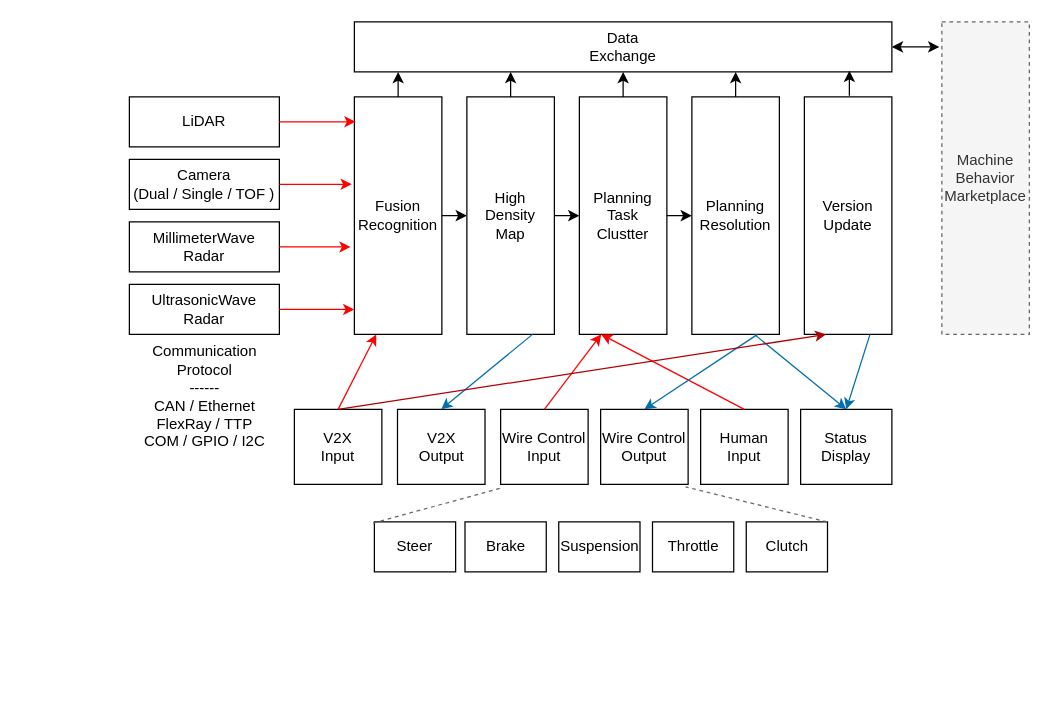
Before: media/dooyo_idea_rpp_1.drawio in df595149790/df595149790.github.io, a draw.io diagram. Source tidied: cells renumbered, new cells numbered last; positions are measured from the earlier drawing's top-left corner, leaving out a move shared by most shapes. Both pictures are drawn from the tidied source at 125%, with x=0, y=0 at pixel (121, 21).
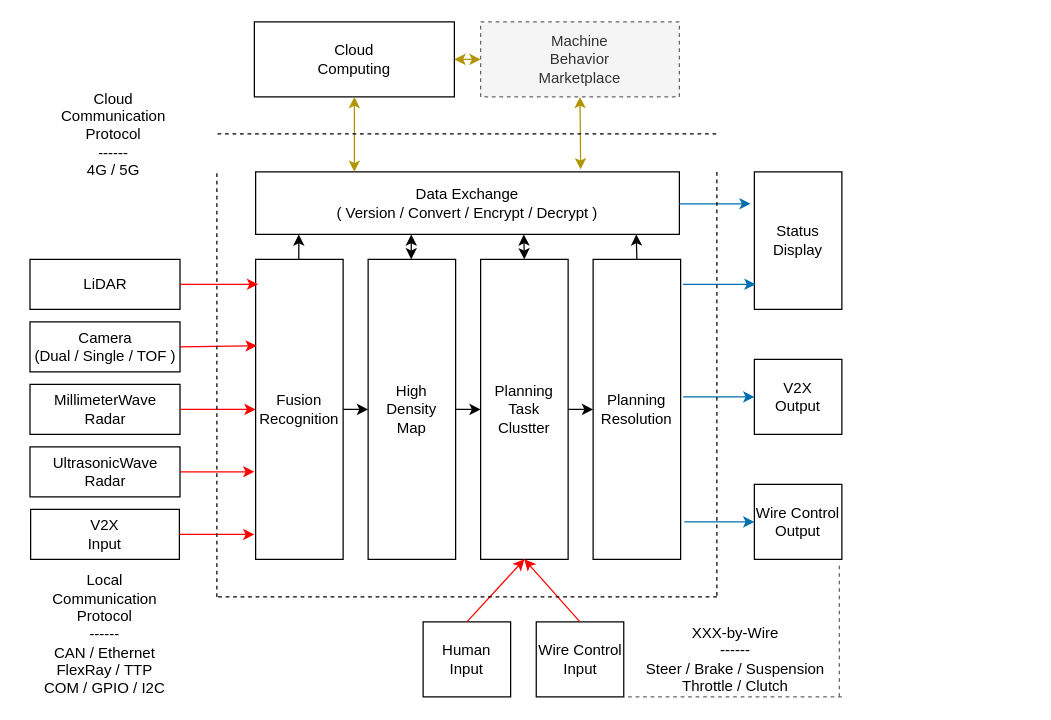
Above is the later version.

What changed in the source:
```diff
@@
     <mxCell id="2" value="Machine&lt;br&gt;Behavior&lt;br&gt;Marketplace&lt;br&gt;" style="rounded=0;whiteSpace=wrap;html=1;dashed=1;fillColor=#f5f5f5;strokeColor=#666666;fontColor=#333333;" parent="1" vertex="1">
-      <mxGeometry x="656" width="70" height="250" as="geometry" />
+      <mxGeometry x="287" width="159" height="60" as="geometry" />
     </mxCell>
     <mxCell id="3" value="LiDAR" style="rounded=0;whiteSpace=wrap;html=1;" parent="1" vertex="1">
-      <mxGeometry x="6" y="60" width="120" height="40" as="geometry" />
+      <mxGeometry x="-73.5" y="190" width="120" height="40" as="geometry" />
     </mxCell>
     <mxCell id="4" value="Camera&lt;br&gt;(Dual / Single / TOF )&lt;br&gt;" style="rounded=0;whiteSpace=wrap;html=1;" parent="1" vertex="1">
-      <mxGeometry x="6" y="110" width="120" height="40" as="geometry" />
+      <mxGeometry x="-73.5" y="240" width="120" height="40" as="geometry" />
     </mxCell>
     <mxCell id="5" value="MillimeterWave&lt;br&gt;Radar&lt;br&gt;" style="rounded=0;whiteSpace=wrap;html=1;" parent="1" vertex="1">
-      <mxGeometry x="6" y="160" width="120" height="40" as="geometry" />
+      <mxGeometry x="-73.5" y="290" width="120" height="40" as="geometry" />
     </mxCell>
     <mxCell id="6" value="UltrasonicWave&lt;br&gt;Radar&lt;br&gt;" style="rounded=0;whiteSpace=wrap;html=1;" parent="1" vertex="1">
-      <mxGeometry x="6" y="210" width="120" height="40" as="geometry" />
+      <mxGeometry x="-73.5" y="340" width="120" height="40" as="geometry" />
     </mxCell>
     <mxCell id="7" value="Fusion&lt;br&gt;Recognition&lt;br&gt;" style="rounded=0;whiteSpace=wrap;html=1;shadow=0;fillColor=none;" parent="1" vertex="1">
-      <mxGeometry x="186" y="60" width="70" height="190" as="geometry" />
+      <mxGeometry x="107" y="190" width="70" height="240" as="geometry" />
     </mxCell>
-    <mxCell id="8" value="Communication&lt;br&gt;Protocol&lt;br&gt;------&lt;br&gt;CAN /&amp;nbsp;E&lt;span&gt;thernet&lt;br&gt;F&lt;/span&gt;&lt;span&gt;lexRay /&amp;nbsp;TTP&lt;br&gt;COM / GPIO / I2C&lt;br&gt;&lt;/span&gt;" style="text;html=1;strokeColor=none;fillColor=none;align=center;verticalAlign=middle;whiteSpace=wrap;rounded=0;shadow=0;" parent="1" vertex="1">
-      <mxGeometry x="-0.5" y="290" width="133" height="20" as="geometry" />
+    <mxCell id="8" value="Local&lt;br&gt;Communication&lt;br&gt;Protocol&lt;br&gt;------&lt;br&gt;CAN /&amp;nbsp;E&lt;span&gt;thernet&lt;br&gt;F&lt;/span&gt;&lt;span&gt;lexRay /&amp;nbsp;TTP&lt;br&gt;COM / GPIO / I2C&lt;br&gt;&lt;/span&gt;" style="text;html=1;strokeColor=none;fillColor=none;align=center;verticalAlign=middle;whiteSpace=wrap;rounded=0;shadow=0;" parent="1" vertex="1">
+      <mxGeometry x="-80" y="480" width="133" height="20" as="geometry" />
     </mxCell>
     <mxCell id="9" value="High &lt;br&gt;Density &lt;br&gt;Map" style="rounded=0;whiteSpace=wrap;html=1;shadow=0;fillColor=none;" parent="1" vertex="1">
-      <mxGeometry x="276" y="60" width="70" height="190" as="geometry" />
+      <mxGeometry x="197" y="190" width="70" height="240" as="geometry" />
     </mxCell>
     <mxCell id="10" value="Wire&amp;nbsp;Control&lt;br&gt;Input&lt;br&gt;" style="rounded=0;whiteSpace=wrap;html=1;" parent="1" vertex="1">
-      <mxGeometry x="303" y="310" width="70" height="60" as="geometry" />
+      <mxGeometry x="331.5" y="480" width="70" height="60" as="geometry" />
     </mxCell>
     <mxCell id="11" value="V2X&lt;br&gt;Input&lt;br&gt;" style="rounded=0;whiteSpace=wrap;html=1;shadow=0;fillColor=none;" parent="1" vertex="1">
-      <mxGeometry x="138" y="310" width="70" height="60" as="geometry" />
+      <mxGeometry x="-73" y="390" width="119" height="40" as="geometry" />
     </mxCell>
-    <mxCell id="12" value="V2X&lt;br&gt;Output&lt;br&gt;" style="rounded=0;whiteSpace=wrap;html=1;shadow=0;fillColor=none;" parent="1" vertex="1">
-      <mxGeometry x="220.5" y="310" width="70" height="60" as="geometry" />
-    </mxCell>
     <mxCell id="13" value="Status&lt;br&gt;Display&lt;br&gt;" style="rounded=0;whiteSpace=wrap;html=1;shadow=0;fillColor=none;" parent="1" vertex="1">
-      <mxGeometry x="543" y="310" width="73" height="60" as="geometry" />
+      <mxGeometry x="506" y="120" width="70" height="110" as="geometry" />
     </mxCell>
     <mxCell id="14" value="Planning&lt;br&gt;Resolution" style="rounded=0;whiteSpace=wrap;html=1;shadow=0;fillColor=none;" parent="1" vertex="1">
-      <mxGeometry x="456" y="60" width="70" height="190" as="geometry" />
+      <mxGeometry x="377" y="190" width="70" height="240" as="geometry" />
     </mxCell>
     <mxCell id="15" value="Planning&lt;br&gt;Task&lt;br&gt;Clustter&lt;br&gt;" style="rounded=0;whiteSpace=wrap;html=1;shadow=0;fillColor=none;" parent="1" vertex="1">
-      <mxGeometry x="366" y="60" width="70" height="190" as="geometry" />
+      <mxGeometry x="287" y="190" width="70" height="240" as="geometry" />
     </mxCell>
@@
-    <mxCell id="19" style="endArrow=classic;startArrow=classic;html=1;exitX=1;exitY=0.5;exitDx=0;exitDy=0;entryX=-0.029;entryY=0.08;entryDx=0;entryDy=0;entryPerimeter=0;" parent="1" edge="1" source="20" target="2">
+    <mxCell id="19" style="endArrow=classic;startArrow=classic;html=1;exitX=1;exitY=0.5;exitDx=0;exitDy=0;entryX=0;entryY=0.5;entryDx=0;entryDy=0;fillColor=#e3c800;strokeColor=#B09500;" parent="1" edge="1" source="48" target="2">
       <mxGeometry relative="1" as="geometry" />
     </mxCell>
-    <mxCell id="20" value="Data&lt;br&gt;Exchange&lt;br&gt;" style="rounded=0;whiteSpace=wrap;html=1;shadow=0;fillColor=none;" parent="1" vertex="1">
-      <mxGeometry x="186" width="430" height="40" as="geometry" />
+    <mxCell id="20" value="Data Exchange&lt;br&gt;( Version / Convert / Encrypt / Decrypt )&lt;br&gt;" style="rounded=0;whiteSpace=wrap;html=1;shadow=0;fillColor=none;" parent="1" vertex="1">
+      <mxGeometry x="107" y="120" width="339" height="50" as="geometry" />
     </mxCell>
     <mxCell id="21" style="endArrow=classic;html=1;" parent="1" edge="1" source="7">
       <mxGeometry relative="1" as="geometry">
-        <mxPoint x="221" y="40" as="targetPoint" />
+        <mxPoint x="141.5" y="170" as="targetPoint" />
       </mxGeometry>
     </mxCell>
-    <mxCell id="22" style="endArrow=classic;html=1;exitX=0.5;exitY=0;exitDx=0;exitDy=0;" parent="1" edge="1" source="15">
+    <mxCell id="22" style="endArrow=classic;html=1;exitX=0.5;exitY=0;exitDx=0;exitDy=0;startArrow=classic;startFill=1;" parent="1" edge="1" source="15">
       <mxGeometry relative="1" as="geometry">
-        <mxPoint x="401" y="40" as="targetPoint" />
+        <mxPoint x="321.5" y="170" as="targetPoint" />
       </mxGeometry>
     </mxCell>
     <mxCell id="23" style="endArrow=classic;html=1;exitX=0.5;exitY=0;exitDx=0;exitDy=0;" parent="1" edge="1" source="14">
       <mxGeometry relative="1" as="geometry">
-        <mxPoint x="491" y="40" as="targetPoint" />
+        <mxPoint x="411.5" y="170" as="targetPoint" />
       </mxGeometry>
     </mxCell>
-    <mxCell id="24" style="endArrow=classic;html=1;" parent="1" edge="1">
+    <mxCell id="24" style="endArrow=classic;html=1;startArrow=classic;startFill=1;" parent="1" edge="1">
       <mxGeometry relative="1" as="geometry">
-        <mxPoint x="311" y="60" as="sourcePoint" />
-        <mxPoint x="311" y="40" as="targetPoint" />
+        <mxPoint x="231.5" y="190" as="sourcePoint" />
+        <mxPoint x="231.5" y="170" as="targetPoint" />
       </mxGeometry>
     </mxCell>
-    <mxCell id="25" value="Steer&lt;br&gt;" style="rounded=0;whiteSpace=wrap;html=1;" parent="1" vertex="1">
-      <mxGeometry x="202" y="400" width="65" height="40" as="geometry" />
-    </mxCell>
-    <mxCell id="26" value="Brake&lt;br&gt;" style="rounded=0;whiteSpace=wrap;html=1;" parent="1" vertex="1">
-      <mxGeometry x="274.5" y="400" width="65" height="40" as="geometry" />
-    </mxCell>
-    <mxCell id="27" value="Suspension&lt;br&gt;" style="rounded=0;whiteSpace=wrap;html=1;" parent="1" vertex="1">
-      <mxGeometry x="349.5" y="400" width="65" height="40" as="geometry" />
-    </mxCell>
-    <mxCell id="28" value="Throttle&lt;br&gt;" style="rounded=0;whiteSpace=wrap;html=1;" parent="1" vertex="1">
-      <mxGeometry x="424.5" y="400" width="65" height="40" as="geometry" />
-    </mxCell>
-    <mxCell id="29" value="Clutch&lt;br&gt;" style="rounded=0;whiteSpace=wrap;html=1;" parent="1" vertex="1">
-      <mxGeometry x="499.5" y="400" width="65" height="40" as="geometry" />
-    </mxCell>
     <mxCell id="30" value="Wire&amp;nbsp;Control&lt;br&gt;Output&lt;br&gt;" style="rounded=0;whiteSpace=wrap;html=1;" parent="1" vertex="1">
-      <mxGeometry x="383" y="310" width="70" height="60" as="geometry" />
+      <mxGeometry x="506" y="370" width="70" height="60" as="geometry" />
     </mxCell>
     <mxCell id="31" value="Human&lt;br&gt;Input&lt;br&gt;" style="rounded=0;whiteSpace=wrap;html=1;shadow=0;fillColor=none;" parent="1" vertex="1">
-      <mxGeometry x="463" y="310" width="70" height="60" as="geometry" />
+      <mxGeometry x="241" y="480" width="70" height="60" as="geometry" />
     </mxCell>
-    <mxCell id="32" value="Version&lt;br&gt;Update&lt;br&gt;" style="rounded=0;whiteSpace=wrap;html=1;shadow=0;fillColor=none;" parent="1" vertex="1">
-      <mxGeometry x="546" y="60" width="70" height="190" as="geometry" />
-    </mxCell>
-    <mxCell id="33" style="endArrow=classic;html=1;exitX=1;exitY=0.5;exitDx=0;exitDy=0;entryX=0.014;entryY=0.105;entryDx=0;entryDy=0;entryPerimeter=0;strokeColor=#FF0000;" parent="1" edge="1" source="3" target="7">
+    <mxCell id="33" style="endArrow=classic;html=1;exitX=1;exitY=0.5;exitDx=0;exitDy=0;entryX=0.029;entryY=0.083;entryDx=0;entryDy=0;entryPerimeter=0;strokeColor=#FF0000;" parent="1" edge="1" source="3" target="7">
       <mxGeometry relative="1" as="geometry" />
     </mxCell>
-    <mxCell id="34" style="endArrow=classic;html=1;exitX=1;exitY=0.5;exitDx=0;exitDy=0;entryX=-0.029;entryY=0.368;entryDx=0;entryDy=0;entryPerimeter=0;strokeWidth=1;strokeColor=#FF0000;" parent="1" edge="1" source="4" target="7">
+    <mxCell id="34" style="endArrow=classic;html=1;exitX=1;exitY=0.5;exitDx=0;exitDy=0;entryX=0.014;entryY=0.288;entryDx=0;entryDy=0;entryPerimeter=0;strokeWidth=1;strokeColor=#FF0000;" parent="1" edge="1" source="4" target="7">
       <mxGeometry relative="1" as="geometry" />
     </mxCell>
-    <mxCell id="35" style="endArrow=classic;html=1;exitX=1;exitY=0.5;exitDx=0;exitDy=0;entryX=-0.043;entryY=0.632;entryDx=0;entryDy=0;entryPerimeter=0;strokeColor=#FF0000;" parent="1" edge="1" source="5" target="7">
+    <mxCell id="35" style="endArrow=classic;html=1;exitX=1;exitY=0.5;exitDx=0;exitDy=0;entryX=0;entryY=0.5;entryDx=0;entryDy=0;strokeColor=#FF0000;" parent="1" edge="1" source="5" target="7">
       <mxGeometry relative="1" as="geometry" />
     </mxCell>
-    <mxCell id="36" style="endArrow=classic;html=1;exitX=1;exitY=0.5;exitDx=0;exitDy=0;entryX=0;entryY=0.895;entryDx=0;entryDy=0;entryPerimeter=0;strokeColor=#FF0000;" parent="1" edge="1" source="6" target="7">
+    <mxCell id="36" style="endArrow=classic;html=1;exitX=1;exitY=0.5;exitDx=0;exitDy=0;entryX=-0.014;entryY=0.708;entryDx=0;entryDy=0;entryPerimeter=0;strokeColor=#FF0000;" parent="1" edge="1" source="6" target="7">
       <mxGeometry relative="1" as="geometry" />
     </mxCell>
-    <mxCell id="37" style="endArrow=classic;html=1;strokeColor=#FF0000;strokeWidth=1;entryX=0.25;entryY=1;entryDx=0;entryDy=0;exitX=0.5;exitY=0;exitDx=0;exitDy=0;" parent="1" edge="1" source="11" target="7">
+    <mxCell id="37" style="endArrow=classic;html=1;strokeColor=#FF0000;strokeWidth=1;entryX=-0.014;entryY=0.917;entryDx=0;entryDy=0;exitX=1;exitY=0.5;exitDx=0;exitDy=0;entryPerimeter=0;" parent="1" edge="1" source="11" target="7">
       <mxGeometry relative="1" as="geometry" />
     </mxCell>
-    <mxCell id="38" style="endArrow=classic;html=1;strokeColor=#FF0000;strokeWidth=1;entryX=0.25;entryY=1;entryDx=0;entryDy=0;exitX=0.5;exitY=0;exitDx=0;exitDy=0;" parent="1" edge="1" source="10" target="15">
+    <mxCell id="38" style="endArrow=classic;html=1;strokeColor=#FF0000;strokeWidth=1;entryX=0.5;entryY=1;entryDx=0;entryDy=0;exitX=0.5;exitY=0;exitDx=0;exitDy=0;" parent="1" edge="1" source="10" target="15">
       <mxGeometry relative="1" as="geometry" />
     </mxCell>
-    <mxCell id="39" style="endArrow=classic;html=1;strokeColor=#FF0000;strokeWidth=1;entryX=0.25;entryY=1;entryDx=0;entryDy=0;exitX=0.5;exitY=0;exitDx=0;exitDy=0;" parent="1" edge="1" source="31" target="15">
+    <mxCell id="39" style="endArrow=classic;html=1;strokeColor=#FF0000;strokeWidth=1;entryX=0.5;entryY=1;entryDx=0;entryDy=0;exitX=0.5;exitY=0;exitDx=0;exitDy=0;" parent="1" edge="1" source="31" target="15">
       <mxGeometry relative="1" as="geometry" />
     </mxCell>
-    <mxCell id="40" style="endArrow=classic;html=1;strokeColor=#006EAF;strokeWidth=1;fillColor=#1ba1e2;exitX=0.75;exitY=1;exitDx=0;exitDy=0;entryX=0.5;entryY=0;entryDx=0;entryDy=0;" parent="1" edge="1" source="9" target="12">
-      <mxGeometry relative="1" as="geometry" />
-    </mxCell>
-    <mxCell id="41" style="endArrow=classic;html=1;strokeColor=#006EAF;strokeWidth=1;fillColor=#1ba1e2;exitX=0.75;exitY=1;exitDx=0;exitDy=0;entryX=0.5;entryY=0;entryDx=0;entryDy=0;" parent="1" edge="1" source="14" target="30">
+    <mxCell id="41" style="endArrow=classic;html=1;strokeColor=#006EAF;strokeWidth=1;fillColor=#1ba1e2;entryX=0;entryY=0.5;entryDx=0;entryDy=0;exitX=1.043;exitY=0.875;exitDx=0;exitDy=0;exitPerimeter=0;" parent="1" edge="1" source="14" target="30">
       <mxGeometry relative="1" as="geometry" />
     </mxCell>
-    <mxCell id="42" style="endArrow=none;dashed=1;html=1;strokeColor=#666666;strokeWidth=1;entryX=0;entryY=1.05;entryDx=0;entryDy=0;entryPerimeter=0;exitX=-0.015;exitY=0.025;exitDx=0;exitDy=0;exitPerimeter=0;gradientColor=#b3b3b3;fillColor=#f5f5f5;" parent="1" edge="1" source="25" target="10">
-      <mxGeometry relative="1" as="geometry" />
+    <mxCell id="42" style="endArrow=none;dashed=1;html=1;strokeColor=#666666;strokeWidth=1;entryX=1;entryY=1;entryDx=0;entryDy=0;entryPerimeter=0;gradientColor=#b3b3b3;fillColor=#f5f5f5;" parent="1" edge="1" target="10">
+      <mxGeometry relative="1" as="geometry">
+        <mxPoint x="576" y="540" as="sourcePoint" />
+      </mxGeometry>
     </mxCell>
-    <mxCell id="43" style="endArrow=none;dashed=1;html=1;strokeColor=#666666;strokeWidth=1;entryX=0.971;entryY=1.033;entryDx=0;entryDy=0;entryPerimeter=0;exitX=0.992;exitY=0;exitDx=0;exitDy=0;exitPerimeter=0;gradientColor=#b3b3b3;fillColor=#f5f5f5;" parent="1" edge="1" source="29" target="30">
-      <mxGeometry relative="1" as="geometry" />
+    <mxCell id="43" style="endArrow=none;dashed=1;html=1;strokeColor=#666666;strokeWidth=1;entryX=0.971;entryY=1.033;entryDx=0;entryDy=0;entryPerimeter=0;gradientColor=#b3b3b3;fillColor=#f5f5f5;" parent="1" edge="1" target="30">
+      <mxGeometry relative="1" as="geometry">
+        <mxPoint x="574" y="540" as="sourcePoint" />
+      </mxGeometry>
     </mxCell>
-    <mxCell id="44" style="endArrow=classic;html=1;strokeColor=#006EAF;strokeWidth=1;entryX=0.5;entryY=0;entryDx=0;entryDy=0;fillColor=#1ba1e2;" parent="1" edge="1" target="13">
+    <mxCell id="44" style="endArrow=classic;html=1;strokeColor=#006EAF;strokeWidth=1;entryX=0.014;entryY=0.818;entryDx=0;entryDy=0;fillColor=#1ba1e2;entryPerimeter=0;" parent="1" edge="1" target="13">
       <mxGeometry relative="1" as="geometry">
-        <mxPoint x="506" y="250" as="sourcePoint" />
+        <mxPoint x="449" y="210" as="sourcePoint" />
       </mxGeometry>
     </mxCell>
-    <mxCell id="45" style="endArrow=classic;html=1;strokeColor=#B20000;strokeWidth=1;entryX=0.25;entryY=1;entryDx=0;entryDy=0;exitX=0.5;exitY=0;exitDx=0;exitDy=0;fillColor=#e51400;" parent="1" edge="1" source="11" target="32">
-      <mxGeometry relative="1" as="geometry" />
-    </mxCell>
-    <mxCell id="46" style="endArrow=classic;html=1;strokeColor=#006EAF;strokeWidth=1;entryX=0.5;entryY=0;entryDx=0;entryDy=0;exitX=0.75;exitY=1;exitDx=0;exitDy=0;fillColor=#1ba1e2;" parent="1" edge="1" source="32" target="13">
-      <mxGeometry relative="1" as="geometry" />
-    </mxCell>
-    <mxCell id="47" style="endArrow=classic;html=1;exitX=0.5;exitY=0;exitDx=0;exitDy=0;" parent="1" edge="1">
-      <mxGeometry relative="1" as="geometry">
-        <mxPoint x="582" y="59" as="sourcePoint" />
-        <mxPoint x="582" y="39" as="targetPoint" />
-      </mxGeometry>
-    </mxCell>
+    <mxCell id="48" value="Cloud&lt;br&gt;Computing&lt;br&gt;" style="rounded=0;whiteSpace=wrap;html=1;shadow=0;fillColor=none;" parent="1" vertex="1">
+      <mxGeometry x="106" width="160" height="60" as="geometry" />
+    </mxCell>
+    <mxCell id="49" style="endArrow=classic;startArrow=classic;html=1;exitX=0.233;exitY=0;exitDx=0;exitDy=0;entryX=0.5;entryY=1;entryDx=0;entryDy=0;exitPerimeter=0;fillColor=#e3c800;strokeColor=#B09500;" parent="1" edge="1" source="20" target="48">
+      <mxGeometry relative="1" as="geometry" />
+    </mxCell>
+    <mxCell id="12" value="V2X&lt;br&gt;Output&lt;br&gt;" style="rounded=0;whiteSpace=wrap;html=1;shadow=0;fillColor=none;" parent="1" vertex="1">
+      <mxGeometry x="506" y="270" width="70" height="60" as="geometry" />
+    </mxCell>
+    <mxCell id="50" style="endArrow=classic;html=1;strokeColor=#006EAF;strokeWidth=1;entryX=0;entryY=0.5;entryDx=0;entryDy=0;fillColor=#1ba1e2;exitX=1.029;exitY=0.458;exitDx=0;exitDy=0;exitPerimeter=0;" parent="1" edge="1" source="14" target="12">
+      <mxGeometry relative="1" as="geometry" />
+    </mxCell>
+    <mxCell id="51" style="endArrow=classic;startArrow=classic;html=1;entryX=0.5;entryY=1;entryDx=0;entryDy=0;fillColor=#e3c800;strokeColor=#B09500;" parent="1" edge="1" target="2">
+      <mxGeometry relative="1" as="geometry">
+        <mxPoint x="367" y="118" as="sourcePoint" />
+      </mxGeometry>
+    </mxCell>
+    <mxCell id="52" value="Cloud&lt;br&gt;Communication&lt;br&gt;Protocol&lt;br&gt;------&lt;br&gt;&lt;span&gt;4G / 5G&lt;br&gt;&lt;/span&gt;" style="text;html=1;strokeColor=none;fillColor=none;align=center;verticalAlign=middle;whiteSpace=wrap;rounded=0;shadow=0;" parent="1" vertex="1">
+      <mxGeometry x="-73" y="80" width="133" height="20" as="geometry" />
+    </mxCell>
+    <mxCell id="53" style="endArrow=classic;html=1;strokeColor=#006EAF;strokeWidth=1;entryX=0;entryY=0.75;entryDx=0;entryDy=0;fillColor=#1ba1e2;" parent="1" edge="1">
+      <mxGeometry relative="1" as="geometry">
+        <mxPoint x="446" y="145.5" as="sourcePoint" />
+        <mxPoint x="503" y="145.5" as="targetPoint" />
+      </mxGeometry>
+    </mxCell>
+    <mxCell id="54" value="XXX-by-Wire&lt;br&gt;------&lt;br&gt;Steer / Brake /&amp;nbsp;Suspension &lt;br&gt;Throttle / Clutch&lt;br&gt;" style="text;html=1;strokeColor=none;fillColor=none;align=center;verticalAlign=middle;whiteSpace=wrap;rounded=0;" parent="1" vertex="1">
+      <mxGeometry x="416" y="500" width="150" height="20" as="geometry" />
+    </mxCell>
+    <mxCell id="55" style="endArrow=none;dashed=1;html=1;" parent="1" edge="1">
+      <mxGeometry relative="1" as="geometry">
+        <mxPoint x="76" y="460" as="sourcePoint" />
+        <mxPoint x="76" y="120" as="targetPoint" />
+      </mxGeometry>
+    </mxCell>
+    <mxCell id="56" style="endArrow=none;dashed=1;html=1;" parent="1" edge="1">
+      <mxGeometry relative="1" as="geometry">
+        <mxPoint x="476" y="460" as="sourcePoint" />
+        <mxPoint x="76" y="460" as="targetPoint" />
+      </mxGeometry>
+    </mxCell>
+    <mxCell id="57" style="endArrow=none;dashed=1;html=1;" parent="1" edge="1">
+      <mxGeometry relative="1" as="geometry">
+        <mxPoint x="476" y="120" as="sourcePoint" />
+        <mxPoint x="476" y="460" as="targetPoint" />
+      </mxGeometry>
+    </mxCell>
+    <mxCell id="58" style="endArrow=none;dashed=1;html=1;" parent="1" edge="1">
+      <mxGeometry relative="1" as="geometry">
+        <mxPoint x="76.5" y="89.5" as="sourcePoint" />
+        <mxPoint x="476.5" y="89.5" as="targetPoint" />
+      </mxGeometry>
+    </mxCell>
```
